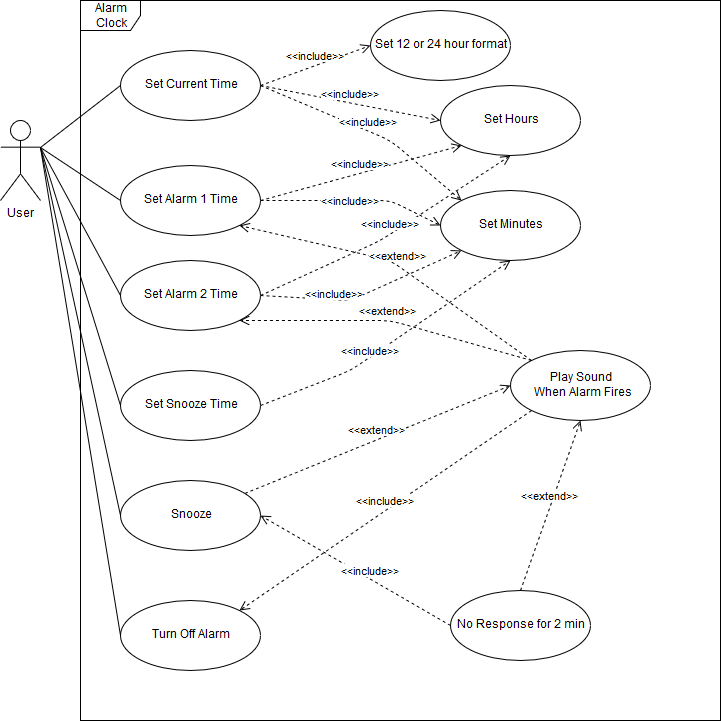
Earlier version of the draw.io export AlarmClockUseCaseDiagram.png (anticlimactech/alarm-clock). Source tidied: cells renumbered, new cells last; positions are measured from the earlier drawing's top-left corner, leaving out a move shared by most shapes.
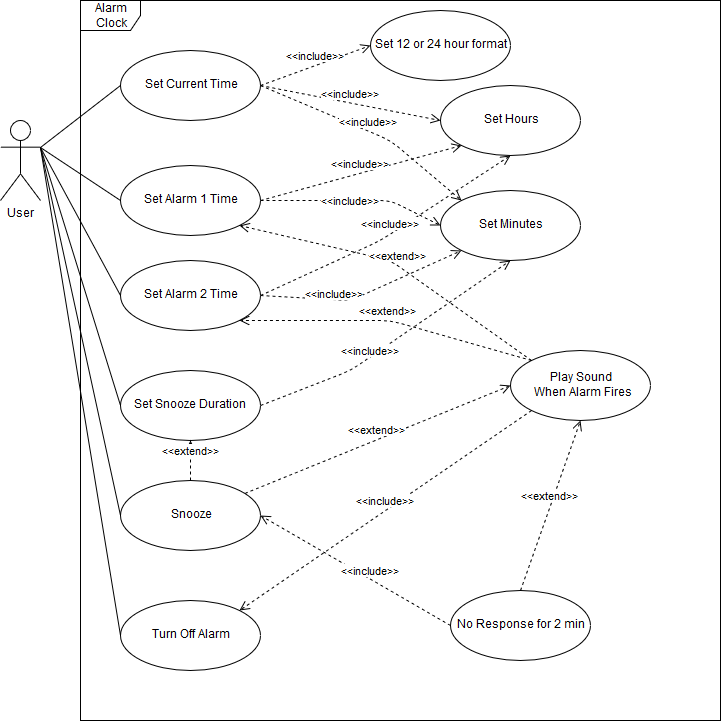
The same diagram one commit later.

Diff of the diagram source:
```diff
@@ -70,7 +70,7 @@
     <mxCell id="19" value="&lt;div&gt;Play Sound&lt;/div&gt;&amp;nbsp;When Alarm Fires" style="ellipse;whiteSpace=wrap;html=1;" parent="1" vertex="1">
       <mxGeometry x="510" y="350" width="140" height="70" as="geometry" />
     </mxCell>
-    <mxCell id="20" value="&lt;div&gt;Set Snooze Time&lt;/div&gt;" style="ellipse;whiteSpace=wrap;html=1;" parent="1" vertex="1">
+    <mxCell id="20" value="&lt;div&gt;Set Snooze Duration&lt;br&gt;&lt;/div&gt;" style="ellipse;whiteSpace=wrap;html=1;" parent="1" vertex="1">
       <mxGeometry x="120" y="370" width="140" height="70" as="geometry" />
     </mxCell>
     <mxCell id="21" style="endArrow=none;html=1;entryX=0;entryY=0.5;exitX=1;exitY=0.3333333333333333;exitPerimeter=0;" parent="1" edge="1" source="3" target="20">
@@ -131,5 +131,8 @@
         </Array>
       </mxGeometry>
     </mxCell>
+    <mxCell id="35" value="&lt;div&gt;&amp;lt;&amp;lt;extend&amp;gt;&amp;gt;&lt;/div&gt;" style="html=1;verticalAlign=bottom;endArrow=open;dashed=1;endSize=8;entryX=0.5;entryY=1;exitX=0.5;exitY=0;" parent="1" edge="1" source="17" target="20">
+      <mxGeometry relative="1" as="geometry" />
+    </mxCell>
   </root>
 </mxGraphModel>
```
